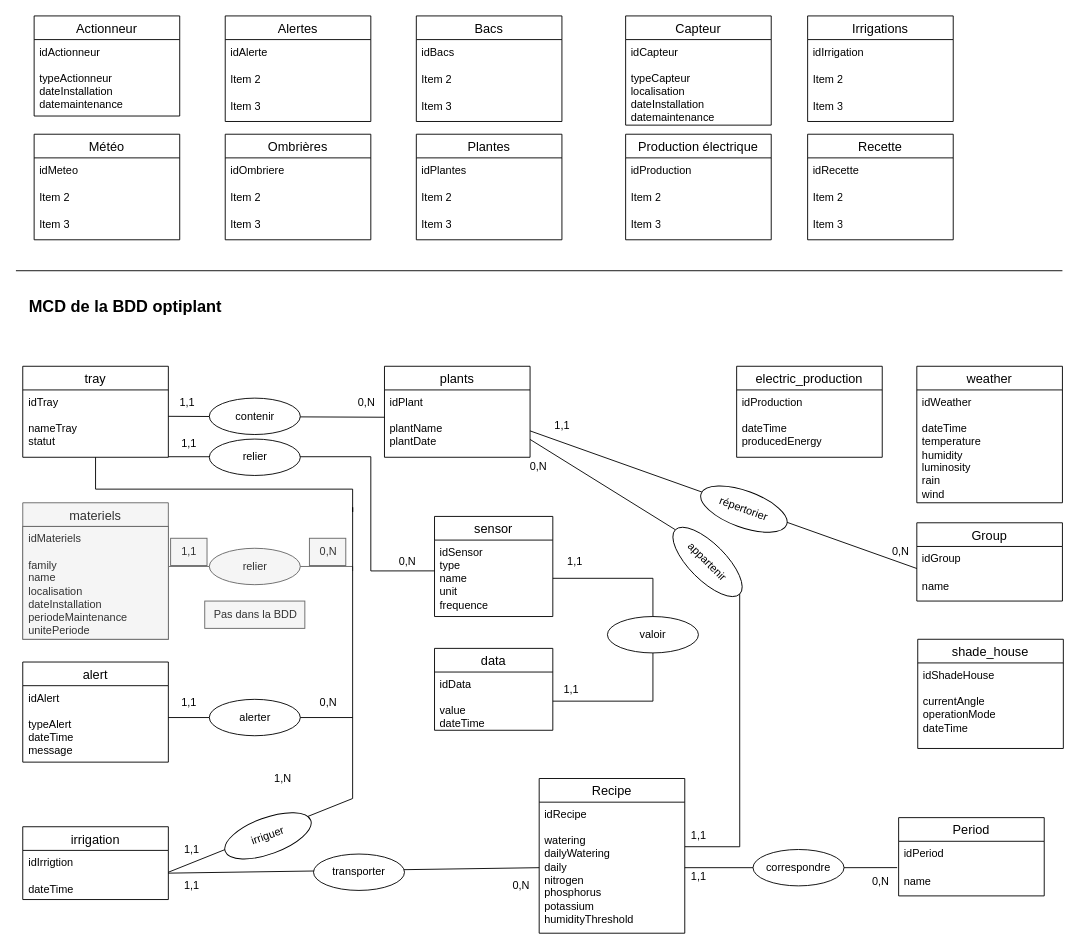
Above: MCD.drawio in SAE601/BDD (draw.io), before the change. Source tidied: cells renumbered, new cells numbered last; positions are measured from the earlier drawing's top-left corner, leaving out a move shared by most shapes. Both pictures are drawn from the tidied source at 91%, with x=0, y=0 at pixel (15, 15).
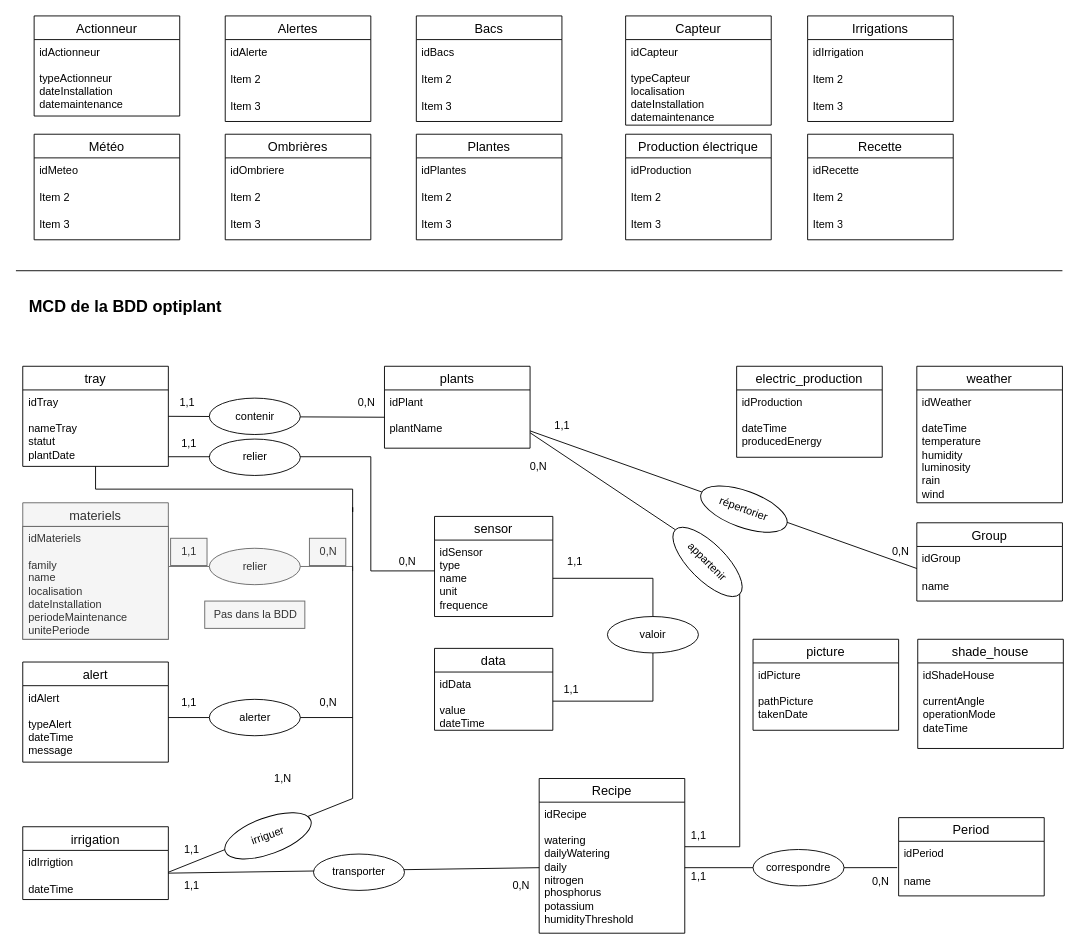
Above is the later version.

The edit, as a diff of the source:
```diff
@@
     <mxCell id="35" value="tray" style="swimlane;fontStyle=0;horizontal=1;startSize=26;align=center;fontSize=14;" parent="1" vertex="1">
-      <mxGeometry x="7.5" y="385" width="160" height="100" as="geometry" />
+      <mxGeometry x="7.5" y="385" width="160" height="110" as="geometry" />
     </mxCell>
-    <mxCell id="36" value="&lt;div&gt;idTray&lt;u&gt; &lt;/u&gt;&lt;/div&gt;&lt;div&gt;&lt;br&gt;&lt;/div&gt;&lt;div&gt;nameTray&lt;/div&gt;&lt;div&gt;&lt;span style=&quot;white-space: pre;&quot;&gt;statut&lt;span style=&quot;white-space: pre;&quot;&gt;&#9;&lt;/span&gt;&lt;/span&gt;&lt;/div&gt;&lt;div&gt;&lt;br&gt;&lt;/div&gt;" style="text;strokeColor=none;fillColor=none;spacingLeft=4;spacingRight=4;overflow=hidden;fontSize=12;whiteSpace=wrap;html=1;" parent="35" vertex="1">
-      <mxGeometry y="26" width="160" height="74" as="geometry" />
+    <mxCell id="36" value="&lt;div&gt;idTray&lt;u&gt; &lt;/u&gt;&lt;/div&gt;&lt;div&gt;&lt;br&gt;&lt;/div&gt;&lt;div&gt;nameTray&lt;/div&gt;&lt;div&gt;&lt;span style=&quot;white-space: pre;&quot;&gt;statut&lt;br&gt;&lt;/span&gt;&lt;/div&gt;&lt;div&gt;&lt;div&gt;plantDate&lt;/div&gt;&lt;br&gt;&lt;span style=&quot;white-space: pre;&quot;&gt;&lt;/span&gt;&lt;/div&gt;&lt;div&gt;&lt;br&gt;&lt;/div&gt;" style="text;strokeColor=none;fillColor=none;spacingLeft=4;spacingRight=4;overflow=hidden;fontSize=12;whiteSpace=wrap;html=1;" parent="35" vertex="1">
+      <mxGeometry y="26" width="160" height="84" as="geometry" />
     </mxCell>
     <mxCell id="37" value="plants" style="swimlane;fontStyle=0;horizontal=1;startSize=26;align=center;fontSize=14;" parent="1" vertex="1">
-      <mxGeometry x="405" y="385" width="160" height="100" as="geometry" />
+      <mxGeometry x="405" y="385" width="160" height="90" as="geometry" />
     </mxCell>
-    <mxCell id="38" value="&lt;div&gt;idPlant&lt;/div&gt;&lt;div&gt;&lt;br&gt;&lt;/div&gt;&lt;div&gt;plantName&lt;/div&gt;&lt;div&gt;plantDate&lt;/div&gt;" style="text;strokeColor=none;fillColor=none;spacingLeft=4;spacingRight=4;overflow=hidden;points=[[0,0.5],[1,0.5]];portConstraint=eastwest;fontSize=12;whiteSpace=wrap;html=1;" parent="37" vertex="1">
-      <mxGeometry y="26" width="160" height="74" as="geometry" />
+    <mxCell id="38" value="&lt;div&gt;idPlant&lt;/div&gt;&lt;div&gt;&lt;br&gt;&lt;/div&gt;&lt;div&gt;plantName&lt;/div&gt;" style="text;strokeColor=none;fillColor=none;spacingLeft=4;spacingRight=4;overflow=hidden;points=[[0,0.5],[1,0.5]];portConstraint=eastwest;fontSize=12;whiteSpace=wrap;html=1;" parent="37" vertex="1">
+      <mxGeometry y="26" width="160" height="64" as="geometry" />
     </mxCell>
@@
+    <mxCell id="115" value="picture" style="swimlane;fontStyle=0;horizontal=1;startSize=26;align=center;fontSize=14;" parent="1" vertex="1">
+      <mxGeometry x="810" y="685" width="160" height="100" as="geometry" />
+    </mxCell>
+    <mxCell id="116" value="&lt;div&gt;idPicture&lt;/div&gt;&lt;div&gt;&lt;br&gt;&lt;/div&gt;&lt;div&gt;pathPicture&lt;/div&gt;&lt;div&gt;takenDate&lt;/div&gt;&lt;div&gt;&lt;br&gt;&lt;/div&gt;" style="text;strokeColor=none;fillColor=none;spacingLeft=4;spacingRight=4;overflow=hidden;fontSize=12;whiteSpace=wrap;html=1;" parent="115" vertex="1">
+      <mxGeometry y="26" width="160" height="74" as="geometry" />
+    </mxCell>
```
